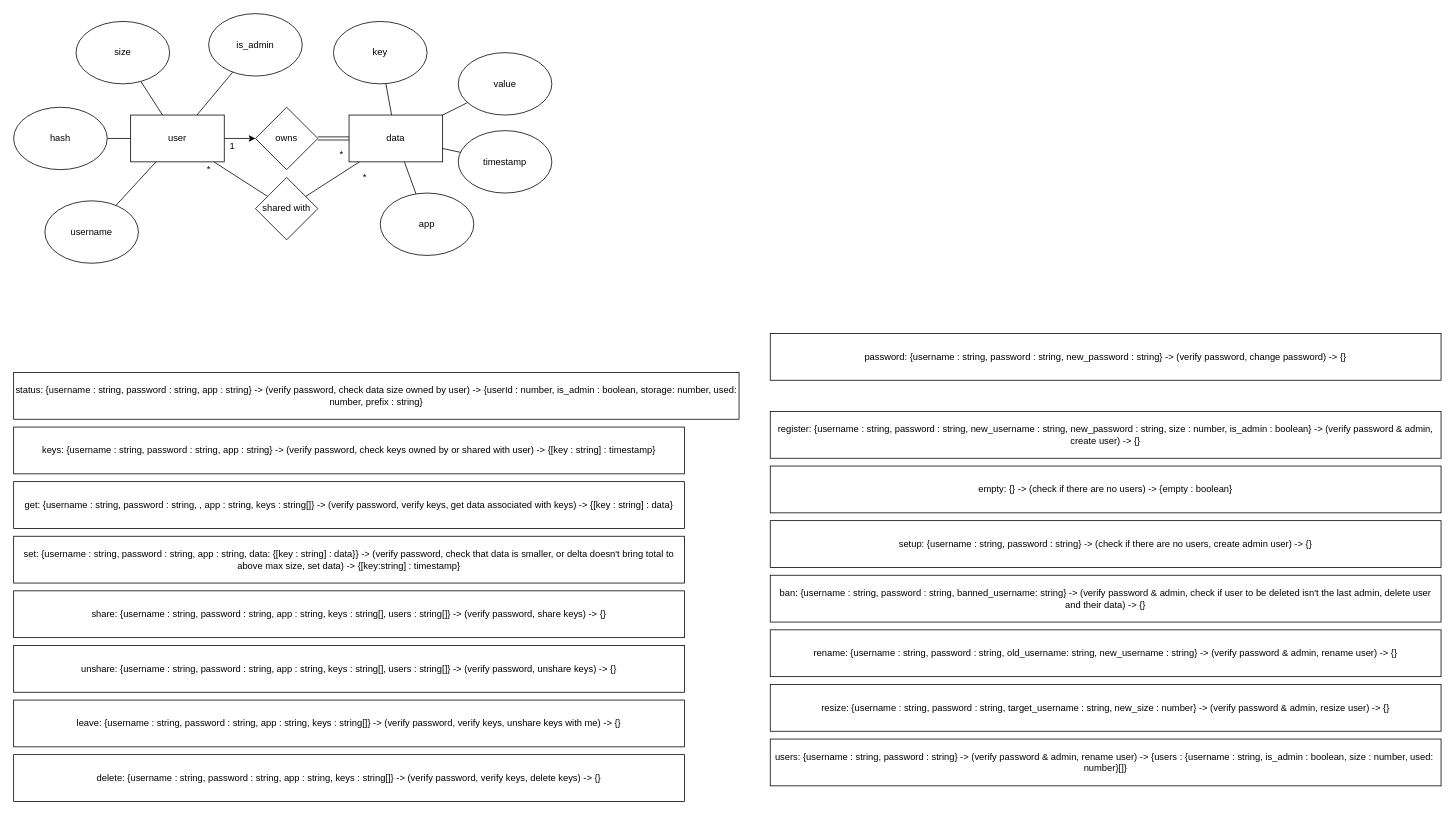
wanieru/jormun-sdk keeps this draw.io diagram as docs/docs.drawio. Above is the earlier version. Source tidied: cells renumbered, new cells numbered last; positions are measured from the earlier drawing's top-left corner, leaving out a move shared by most shapes. Both pictures are drawn from the tidied source at 78%, with x=0, y=0 at pixel (13, 13).
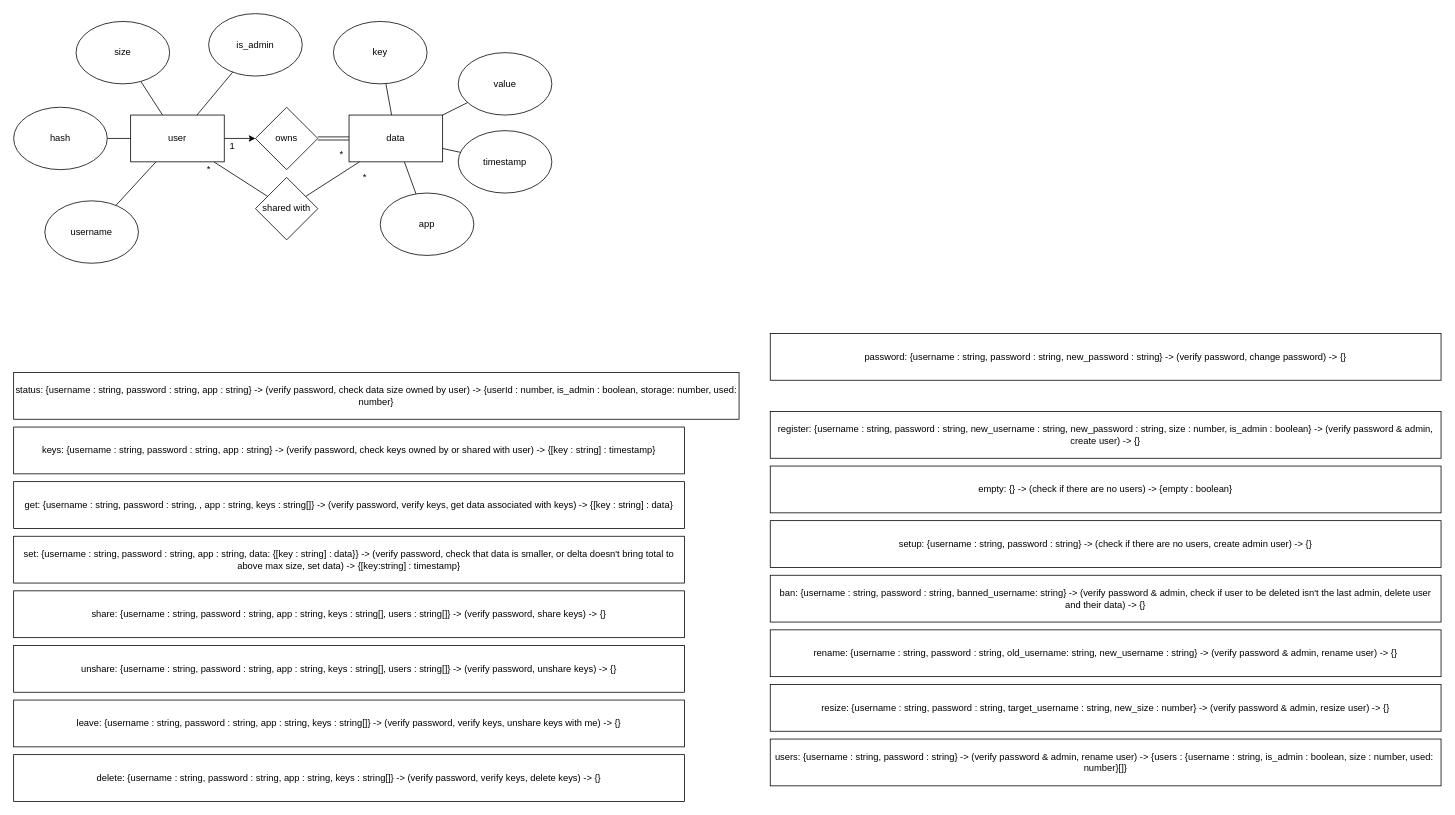
The same page after the edit.

Commit message (it also covers changes not shown here):
Move api type definitions to their own file where zod schemas will be included for requests

Change to the diagram source:
```diff
@@
-    <mxCell id="23" value="status: {username : string, password : string, app : string} -&amp;gt; (verify password, check data size owned by user) -&amp;gt; {userId : number, is_admin : boolean, storage: number, used: number, prefix : string}" style="rounded=0;whiteSpace=wrap;html=1;" parent="1" vertex="1">
+    <mxCell id="23" value="status: {username : string, password : string, app : string} -&amp;gt; (verify password, check data size owned by user) -&amp;gt; {userId : number, is_admin : boolean, storage: number, used: number}" style="rounded=0;whiteSpace=wrap;html=1;" parent="1" vertex="1">
       <mxGeometry y="460" width="930" height="60" as="geometry" />
     </mxCell>
```
